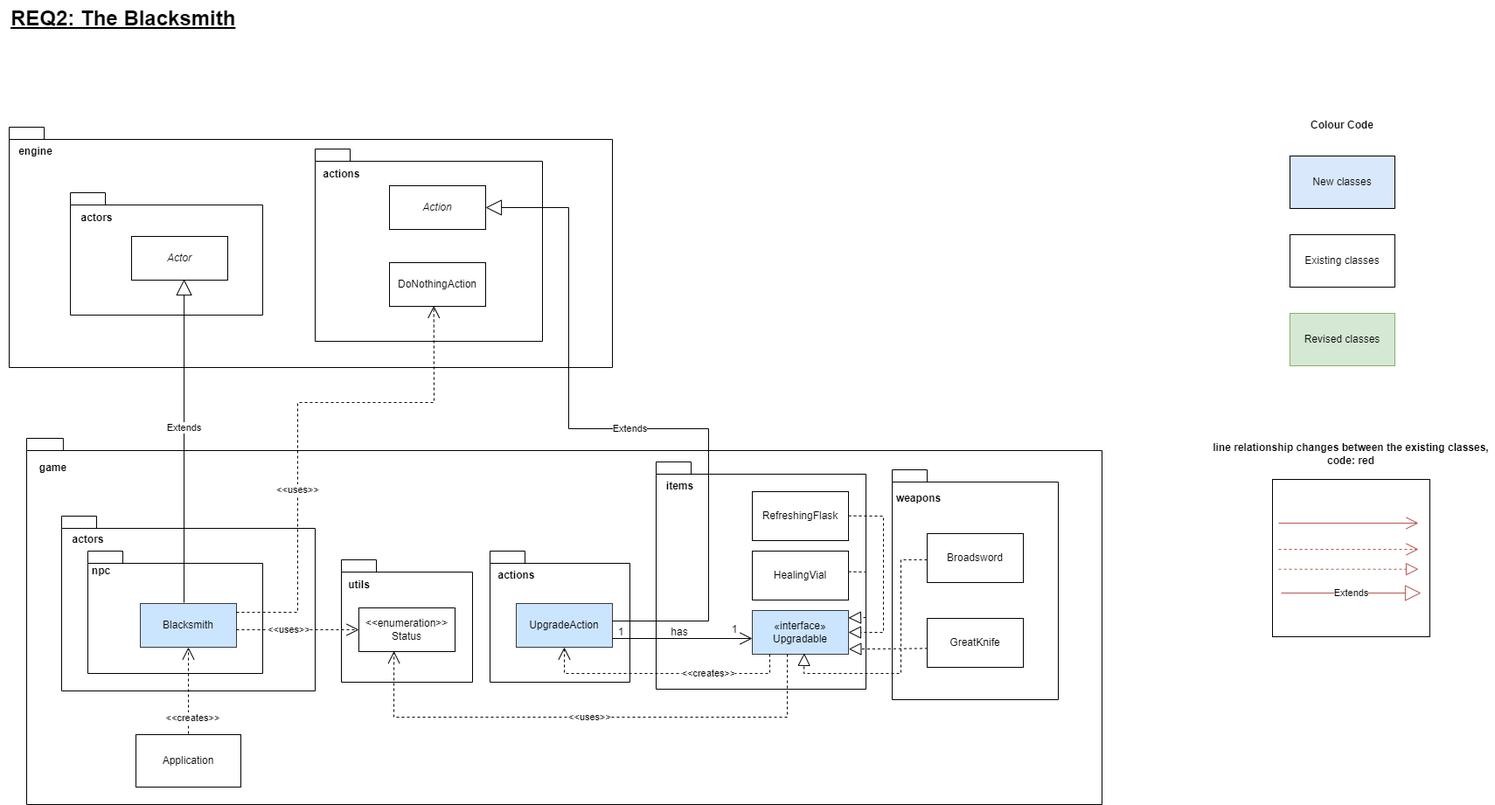
This is docs/design/assignment3/REQ2 - UML.png from wenyang1208/Designborne, a draw.io export, as it was before one commit. Source tidied: cells renumbered, new cells last; positions are measured from the earlier drawing's top-left corner, leaving out a move shared by most shapes. The source it was exported from:
```xml
<mxGraphModel>
  <root>
    <mxCell id="0" />
    <mxCell id="1" parent="0" />
    <mxCell id="2" style="shape=folder;fontStyle=1;spacingTop=10;tabWidth=40;tabHeight=14;tabPosition=left;html=1;whiteSpace=wrap;" parent="1" vertex="1">
      <mxGeometry x="10" y="145" width="690" height="275" as="geometry" />
    </mxCell>
    <mxCell id="3" style="shape=folder;fontStyle=1;spacingTop=10;tabWidth=40;tabHeight=14;tabPosition=left;html=1;whiteSpace=wrap;" parent="1" vertex="1">
      <mxGeometry x="30" y="501" width="1230" height="419" as="geometry" />
    </mxCell>
    <mxCell id="4" value="game" style="text;align=center;fontStyle=1;verticalAlign=middle;spacingLeft=3;spacingRight=3;strokeColor=none;html=1;" parent="1" vertex="1">
      <mxGeometry x="20" y="522" width="80" height="26" as="geometry" />
    </mxCell>
    <mxCell id="5" value="engine" style="text;align=center;fontStyle=1;verticalAlign=middle;spacingLeft=3;spacingRight=3;strokeColor=none;html=1;" parent="1" vertex="1">
      <mxGeometry y="160" width="80" height="26" as="geometry" />
    </mxCell>
    <mxCell id="6" style="shape=folder;fontStyle=1;spacingTop=10;tabWidth=40;tabHeight=14;tabPosition=left;html=1;whiteSpace=wrap;" parent="1" vertex="1">
      <mxGeometry x="70" y="590" width="290" height="200" as="geometry" />
    </mxCell>
    <mxCell id="7" value="actors" style="text;align=center;fontStyle=1;verticalAlign=middle;spacingLeft=3;spacingRight=3;strokeColor=none;html=1;" parent="1" vertex="1">
      <mxGeometry x="60" y="604" width="80" height="26" as="geometry" />
    </mxCell>
    <mxCell id="8" style="shape=folder;fontStyle=1;spacingTop=10;tabWidth=40;tabHeight=14;tabPosition=left;html=1;whiteSpace=wrap;" parent="1" vertex="1">
      <mxGeometry x="100" y="630" width="200" height="140" as="geometry" />
    </mxCell>
    <mxCell id="9" value="Blacksmith" style="html=1;whiteSpace=wrap;fillColor=#cce5ff;strokeColor=#36393d;" parent="1" vertex="1">
      <mxGeometry x="160" y="690" width="110" height="50" as="geometry" />
    </mxCell>
    <mxCell id="10" value="npc" style="text;align=center;fontStyle=1;verticalAlign=middle;spacingLeft=3;spacingRight=3;strokeColor=none;html=1;" parent="1" vertex="1">
      <mxGeometry x="75" y="640" width="80" height="26" as="geometry" />
    </mxCell>
    <mxCell id="11" style="shape=folder;fontStyle=1;spacingTop=10;tabWidth=40;tabHeight=14;tabPosition=left;html=1;whiteSpace=wrap;" parent="1" vertex="1">
      <mxGeometry x="80" y="220" width="220" height="140" as="geometry" />
    </mxCell>
    <mxCell id="12" value="actors" style="text;align=center;fontStyle=1;verticalAlign=middle;spacingLeft=3;spacingRight=3;strokeColor=none;html=1;" parent="1" vertex="1">
      <mxGeometry x="70" y="236" width="80" height="26" as="geometry" />
    </mxCell>
    <mxCell id="13" value="&lt;i&gt;Actor&lt;/i&gt;" style="html=1;whiteSpace=wrap;" parent="1" vertex="1">
      <mxGeometry x="150" y="270" width="110" height="50" as="geometry" />
    </mxCell>
    <mxCell id="14" style="shape=folder;fontStyle=1;spacingTop=10;tabWidth=40;tabHeight=14;tabPosition=left;html=1;whiteSpace=wrap;" parent="1" vertex="1">
      <mxGeometry x="390" y="640" width="150" height="140" as="geometry" />
    </mxCell>
    <mxCell id="15" value="utils" style="text;align=center;fontStyle=1;verticalAlign=middle;spacingLeft=3;spacingRight=3;strokeColor=none;html=1;" parent="1" vertex="1">
      <mxGeometry x="370" y="655.5" width="80" height="26" as="geometry" />
    </mxCell>
    <mxCell id="16" value="&amp;lt;&amp;lt;enumeration&amp;gt;&amp;gt;&lt;br&gt;Status" style="html=1;whiteSpace=wrap;" parent="1" vertex="1">
      <mxGeometry x="410" y="695" width="110" height="50" as="geometry" />
    </mxCell>
    <mxCell id="17" style="shape=folder;fontStyle=1;spacingTop=10;tabWidth=40;tabHeight=14;tabPosition=left;html=1;whiteSpace=wrap;" parent="1" vertex="1">
      <mxGeometry x="360" y="170" width="260" height="220" as="geometry" />
    </mxCell>
    <mxCell id="18" value="DoNothingAction" style="html=1;whiteSpace=wrap;" parent="1" vertex="1">
      <mxGeometry x="445" y="300" width="110" height="50" as="geometry" />
    </mxCell>
    <mxCell id="19" value="actions" style="text;align=center;fontStyle=1;verticalAlign=middle;spacingLeft=3;spacingRight=3;strokeColor=none;html=1;" parent="1" vertex="1">
      <mxGeometry x="350" y="186" width="80" height="26" as="geometry" />
    </mxCell>
    <mxCell id="20" value="Extends" style="endArrow=block;endSize=16;endFill=0;html=1;rounded=0;entryX=0.546;entryY=0.98;entryDx=0;entryDy=0;entryPerimeter=0;" parent="1" edge="1" target="13">
      <mxGeometry x="0.08" relative="1" as="geometry">
        <mxPoint x="210" y="689" as="sourcePoint" />
      </mxGeometry>
    </mxCell>
    <mxCell id="21" value="&amp;lt;&amp;lt;uses&amp;gt;&amp;gt;" style="endArrow=open;endSize=12;dashed=1;html=1;rounded=0;entryX=0;entryY=0.5;entryDx=0;entryDy=0;" parent="1" edge="1" target="16">
      <mxGeometry x="-0.14" relative="1" as="geometry">
        <mxPoint x="270" y="720" as="sourcePoint" />
      </mxGeometry>
    </mxCell>
    <mxCell id="22" value="&amp;lt;&amp;lt;uses&amp;gt;&amp;gt;" style="endArrow=open;endSize=12;dashed=1;html=1;rounded=0;entryX=0.461;entryY=0.986;entryDx=0;entryDy=0;entryPerimeter=0;" parent="1" edge="1" target="18">
      <mxGeometry x="-0.27" relative="1" as="geometry">
        <mxPoint x="270" y="700" as="sourcePoint" />
        <Array as="points">
          <mxPoint x="340" y="700" />
          <mxPoint x="340" y="460" />
          <mxPoint x="496" y="460" />
        </Array>
      </mxGeometry>
    </mxCell>
    <mxCell id="23" style="shape=folder;fontStyle=1;spacingTop=10;tabWidth=40;tabHeight=14;tabPosition=left;html=1;whiteSpace=wrap;" parent="1" vertex="1">
      <mxGeometry x="560" y="630" width="160" height="150" as="geometry" />
    </mxCell>
    <mxCell id="24" value="actions" style="text;align=center;fontStyle=1;verticalAlign=middle;spacingLeft=3;spacingRight=3;strokeColor=none;html=1;" parent="1" vertex="1">
      <mxGeometry x="550" y="645" width="80" height="26" as="geometry" />
    </mxCell>
    <mxCell id="25" value="UpgradeAction" style="html=1;whiteSpace=wrap;fillColor=#cce5ff;strokeColor=#36393d;" parent="1" vertex="1">
      <mxGeometry x="590" y="690" width="110" height="50" as="geometry" />
    </mxCell>
    <mxCell id="26" value="&lt;i&gt;Action&lt;/i&gt;" style="html=1;whiteSpace=wrap;" parent="1" vertex="1">
      <mxGeometry x="445" y="212" width="110" height="50" as="geometry" />
    </mxCell>
    <mxCell id="27" style="shape=folder;fontStyle=1;spacingTop=10;tabWidth=40;tabHeight=14;tabPosition=left;html=1;whiteSpace=wrap;" parent="1" vertex="1">
      <mxGeometry x="750" y="528" width="240" height="260" as="geometry" />
    </mxCell>
    <mxCell id="28" value="Extends" style="endArrow=block;endSize=16;endFill=0;html=1;rounded=0;entryX=1;entryY=0.5;entryDx=0;entryDy=0;" parent="1" edge="1" target="26">
      <mxGeometry relative="1" as="geometry">
        <mxPoint x="700" y="710" as="sourcePoint" />
        <Array as="points">
          <mxPoint x="810" y="710" />
          <mxPoint x="810" y="490" />
          <mxPoint x="650" y="490" />
          <mxPoint x="650" y="237" />
        </Array>
      </mxGeometry>
    </mxCell>
    <mxCell id="29" value="items" style="text;align=center;fontStyle=1;verticalAlign=middle;spacingLeft=3;spacingRight=3;strokeColor=none;html=1;" parent="1" vertex="1">
      <mxGeometry x="737" y="543" width="80" height="26" as="geometry" />
    </mxCell>
    <mxCell id="30" value="«interface»&lt;br&gt;Upgradable" style="html=1;whiteSpace=wrap;fillColor=#cce5ff;strokeColor=#36393d;" parent="1" vertex="1">
      <mxGeometry x="860" y="698" width="110" height="50" as="geometry" />
    </mxCell>
    <mxCell id="31" style="endArrow=open;endFill=1;endSize=12;html=1;rounded=0;" parent="1" edge="1">
      <mxGeometry relative="1" as="geometry">
        <mxPoint x="700" y="730" as="sourcePoint" />
        <mxPoint x="860" y="730" as="targetPoint" />
      </mxGeometry>
    </mxCell>
    <mxCell id="32" value="1" style="text;html=1;strokeColor=none;fillColor=none;align=center;verticalAlign=middle;whiteSpace=wrap;rounded=0;" parent="1" vertex="1">
      <mxGeometry x="700" y="718" width="20" height="10" as="geometry" />
    </mxCell>
    <mxCell id="33" value="1" style="text;html=1;strokeColor=none;fillColor=none;align=center;verticalAlign=middle;whiteSpace=wrap;rounded=0;" parent="1" vertex="1">
      <mxGeometry x="830" y="715" width="20" height="10" as="geometry" />
    </mxCell>
    <mxCell id="34" value="has" style="text;html=1;strokeColor=none;fillColor=none;align=center;verticalAlign=middle;whiteSpace=wrap;rounded=0;" parent="1" vertex="1">
      <mxGeometry x="747" y="708" width="60" height="30" as="geometry" />
    </mxCell>
    <mxCell id="35" style="shape=folder;fontStyle=1;spacingTop=10;tabWidth=40;tabHeight=14;tabPosition=left;html=1;whiteSpace=wrap;" parent="1" vertex="1">
      <mxGeometry x="1020" y="537" width="190" height="263" as="geometry" />
    </mxCell>
    <mxCell id="36" value="Broadsword" style="rounded=0;whiteSpace=wrap;html=1;" parent="1" vertex="1">
      <mxGeometry x="1060" y="610" width="110" height="56" as="geometry" />
    </mxCell>
    <mxCell id="37" value="RefreshingFlask" style="rounded=0;whiteSpace=wrap;html=1;" parent="1" vertex="1">
      <mxGeometry x="860" y="562" width="110" height="56" as="geometry" />
    </mxCell>
    <mxCell id="38" value="HealingVial" style="rounded=0;whiteSpace=wrap;html=1;" parent="1" vertex="1">
      <mxGeometry x="860" y="630" width="110" height="56" as="geometry" />
    </mxCell>
    <mxCell id="39" style="endArrow=block;dashed=1;endFill=0;endSize=12;html=1;rounded=0;entryX=1;entryY=0.5;entryDx=0;entryDy=0;" parent="1" edge="1" target="30">
      <mxGeometry relative="1" as="geometry">
        <mxPoint x="970" y="589.6" as="sourcePoint" />
        <Array as="points">
          <mxPoint x="1010" y="590" />
          <mxPoint x="1010" y="723" />
        </Array>
      </mxGeometry>
    </mxCell>
    <mxCell id="40" style="endArrow=block;dashed=1;endFill=0;endSize=12;html=1;rounded=0;entryX=1;entryY=0.25;entryDx=0;entryDy=0;" parent="1" edge="1">
      <mxGeometry relative="1" as="geometry">
        <mxPoint x="970" y="653.6" as="sourcePoint" />
        <mxPoint x="970" y="706.4" as="targetPoint" />
        <Array as="points">
          <mxPoint x="990" y="653.9" />
          <mxPoint x="990" y="705.9" />
        </Array>
      </mxGeometry>
    </mxCell>
    <mxCell id="41" value="weapons" style="text;align=center;fontStyle=1;verticalAlign=middle;spacingLeft=3;spacingRight=3;strokeColor=none;html=1;" parent="1" vertex="1">
      <mxGeometry x="1010" y="557" width="80" height="26" as="geometry" />
    </mxCell>
    <mxCell id="42" value="GreatKnife" style="rounded=0;whiteSpace=wrap;html=1;" parent="1" vertex="1">
      <mxGeometry x="1060" y="707" width="110" height="56" as="geometry" />
    </mxCell>
    <mxCell id="43" style="endArrow=block;dashed=1;endFill=0;endSize=12;html=1;rounded=0;entryX=1.003;entryY=0.883;entryDx=0;entryDy=0;entryPerimeter=0;exitX=0.004;exitY=0.614;exitDx=0;exitDy=0;exitPerimeter=0;" parent="1" edge="1" source="42" target="30">
      <mxGeometry relative="1" as="geometry" />
    </mxCell>
    <mxCell id="44" style="endArrow=block;dashed=1;endFill=0;endSize=12;html=1;rounded=0;entryX=0.54;entryY=0.976;entryDx=0;entryDy=0;entryPerimeter=0;" parent="1" edge="1" target="30">
      <mxGeometry relative="1" as="geometry">
        <mxPoint x="1060" y="640" as="sourcePoint" />
        <Array as="points">
          <mxPoint x="1030" y="640" />
          <mxPoint x="1030" y="770" />
          <mxPoint x="919" y="770" />
        </Array>
      </mxGeometry>
    </mxCell>
    <mxCell id="45" value="&amp;lt;&amp;lt;creates&amp;gt;&amp;gt;" style="endArrow=open;endSize=12;dashed=1;html=1;rounded=0;entryX=0.5;entryY=1;entryDx=0;entryDy=0;" parent="1" edge="1" target="25">
      <mxGeometry x="-0.36" relative="1" as="geometry">
        <mxPoint x="880" y="748" as="sourcePoint" />
        <Array as="points">
          <mxPoint x="880" y="770" />
          <mxPoint x="645" y="770" />
        </Array>
      </mxGeometry>
    </mxCell>
    <mxCell id="46" value="&amp;lt;&amp;lt;uses&amp;gt;&amp;gt;" style="endArrow=open;endSize=12;dashed=1;html=1;rounded=0;entryX=0.365;entryY=0.99;entryDx=0;entryDy=0;entryPerimeter=0;" parent="1" edge="1" target="16">
      <mxGeometry relative="1" as="geometry">
        <mxPoint x="900" y="748" as="sourcePoint" />
        <Array as="points">
          <mxPoint x="900" y="820" />
          <mxPoint x="450" y="820" />
        </Array>
      </mxGeometry>
    </mxCell>
    <mxCell id="47" value="Application" style="rounded=0;whiteSpace=wrap;html=1;" parent="1" vertex="1">
      <mxGeometry x="155" y="840" width="120" height="60" as="geometry" />
    </mxCell>
    <mxCell id="48" value="&amp;lt;&amp;lt;creates&amp;gt;&amp;gt;" style="endArrow=open;endSize=12;dashed=1;html=1;rounded=0;entryX=0.5;entryY=1;entryDx=0;entryDy=0;" parent="1" edge="1" target="9">
      <mxGeometry x="-0.62" y="-5" relative="1" as="geometry">
        <mxPoint x="215" y="839" as="sourcePoint" />
      </mxGeometry>
    </mxCell>
    <mxCell id="49" value="&lt;b&gt;Colour Code&lt;/b&gt;" style="text;html=1;strokeColor=none;fillColor=none;align=center;verticalAlign=middle;whiteSpace=wrap;rounded=0;" parent="1" vertex="1">
      <mxGeometry x="1495" y="128" width="80" height="30" as="geometry" />
    </mxCell>
    <mxCell id="50" value="New classes" style="rounded=0;whiteSpace=wrap;html=1;fillColor=#dae8fc;strokeColor=#000000;" parent="1" vertex="1">
      <mxGeometry x="1475" y="178" width="120" height="60" as="geometry" />
    </mxCell>
    <mxCell id="51" value="Existing classes" style="rounded=0;whiteSpace=wrap;html=1;" parent="1" vertex="1">
      <mxGeometry x="1475" y="268" width="120" height="60" as="geometry" />
    </mxCell>
    <mxCell id="52" value="Revised classes" style="rounded=0;whiteSpace=wrap;html=1;fillColor=#d5e8d4;strokeColor=#82b366;" parent="1" vertex="1">
      <mxGeometry x="1475" y="358" width="120" height="60" as="geometry" />
    </mxCell>
    <mxCell id="53" value="line relationship changes between the existing classes, code: red" style="text;html=1;strokeColor=none;fillColor=none;align=center;verticalAlign=middle;whiteSpace=wrap;rounded=0;fontStyle=1;" parent="1" vertex="1">
      <mxGeometry x="1380" y="504" width="330" height="30" as="geometry" />
    </mxCell>
    <mxCell id="54" style="whiteSpace=wrap;html=1;" parent="1" vertex="1">
      <mxGeometry x="1455" y="548" width="180" height="180" as="geometry" />
    </mxCell>
    <mxCell id="55" style="endArrow=open;endFill=1;endSize=12;html=1;rounded=0;fillColor=#f8cecc;strokeColor=#b85450;" parent="1" edge="1">
      <mxGeometry relative="1" as="geometry">
        <mxPoint x="1462" y="598" as="sourcePoint" />
        <mxPoint x="1622" y="598" as="targetPoint" />
      </mxGeometry>
    </mxCell>
    <mxCell id="56" style="endArrow=block;dashed=1;endFill=0;endSize=12;html=1;rounded=0;fillColor=#f8cecc;strokeColor=#b85450;" parent="1" edge="1">
      <mxGeometry relative="1" as="geometry">
        <mxPoint x="1462" y="650.7" as="sourcePoint" />
        <mxPoint x="1622" y="650.7" as="targetPoint" />
      </mxGeometry>
    </mxCell>
    <mxCell id="57" style="endArrow=open;endSize=12;dashed=1;html=1;rounded=0;fillColor=#f8cecc;strokeColor=#b85450;" parent="1" edge="1">
      <mxGeometry x="0.04" relative="1" as="geometry">
        <mxPoint x="1462" y="628" as="sourcePoint" />
        <mxPoint x="1622" y="628" as="targetPoint" />
      </mxGeometry>
    </mxCell>
    <mxCell id="58" value="Extends" style="endArrow=block;endSize=16;endFill=0;html=1;rounded=0;fillColor=#f8cecc;strokeColor=#b85450;" parent="1" edge="1">
      <mxGeometry relative="1" as="geometry">
        <mxPoint x="1465" y="678" as="sourcePoint" />
        <mxPoint x="1625" y="678" as="targetPoint" />
      </mxGeometry>
    </mxCell>
    <mxCell id="59" value="&lt;b style=&quot;border-color: var(--border-color); color: rgb(0, 0, 0); font-family: Helvetica; font-size: 12px; font-style: normal; font-variant-ligatures: normal; font-variant-caps: normal; letter-spacing: normal; orphans: 2; text-align: center; text-indent: 0px; text-transform: none; widows: 2; word-spacing: 0px; -webkit-text-stroke-width: 0px; background-color: rgb(251, 251, 251); text-decoration-thickness: initial; text-decoration-style: initial; text-decoration-color: initial;&quot;&gt;&lt;font style=&quot;border-color: var(--border-color); font-size: 24px;&quot;&gt;&lt;u style=&quot;border-color: var(--border-color);&quot;&gt;REQ2: The Blacksmith&lt;/u&gt;&lt;/font&gt;&lt;/b&gt;" style="text;whiteSpace=wrap;html=1;" parent="1" vertex="1">
      <mxGeometry x="10" width="410" height="50" as="geometry" />
    </mxCell>
  </root>
</mxGraphModel>
```
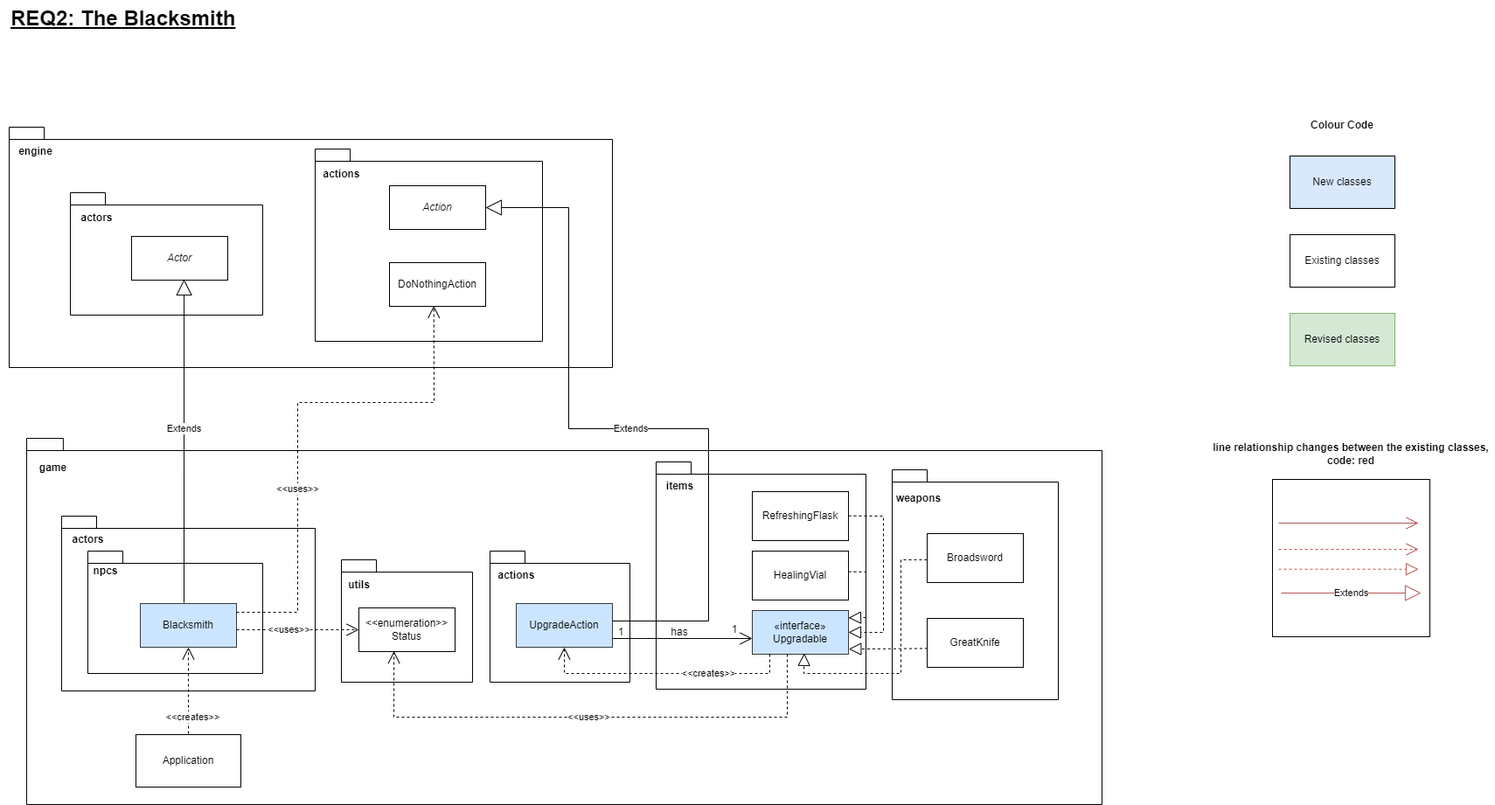
The same file after the commit.

Commit message:
Amend UML diagram for REQ2

Change to the diagram source:
```diff
@@ -26,8 +26,8 @@
     <mxCell id="9" value="Blacksmith" style="html=1;whiteSpace=wrap;fillColor=#cce5ff;strokeColor=#36393d;" parent="1" vertex="1">
       <mxGeometry x="160" y="690" width="110" height="50" as="geometry" />
     </mxCell>
-    <mxCell id="10" value="npc" style="text;align=center;fontStyle=1;verticalAlign=middle;spacingLeft=3;spacingRight=3;strokeColor=none;html=1;" parent="1" vertex="1">
-      <mxGeometry x="75" y="640" width="80" height="26" as="geometry" />
+    <mxCell id="10" value="npcs" style="text;align=center;fontStyle=1;verticalAlign=middle;spacingLeft=3;spacingRight=3;strokeColor=none;html=1;" parent="1" vertex="1">
+      <mxGeometry x="80" y="640" width="80" height="26" as="geometry" />
     </mxCell>
     <mxCell id="11" style="shape=folder;fontStyle=1;spacingTop=10;tabWidth=40;tabHeight=14;tabPosition=left;html=1;whiteSpace=wrap;" parent="1" vertex="1">
       <mxGeometry x="80" y="220" width="220" height="140" as="geometry" />
```
